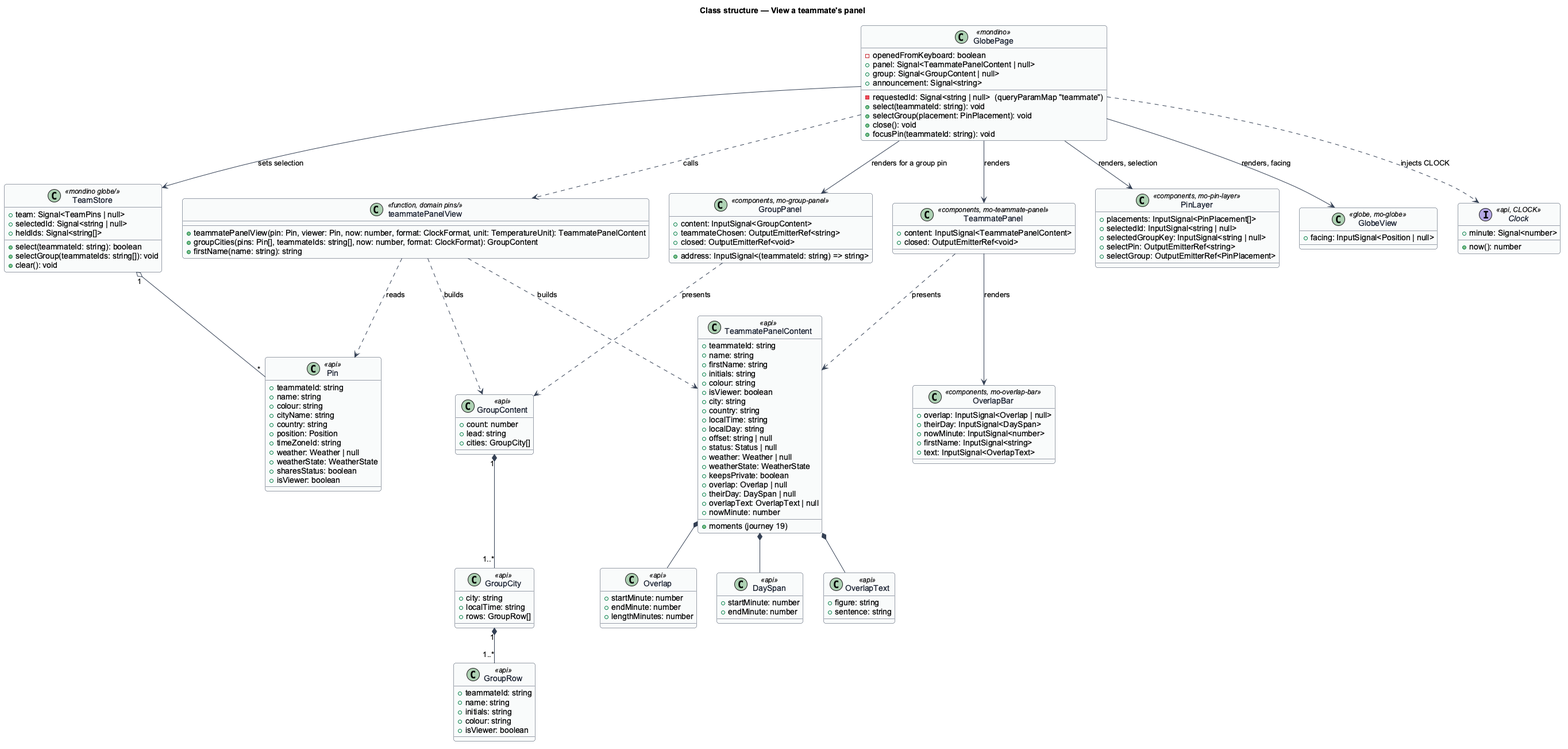
This is docs/detailed-designs/team/view-teammate-panel/diagrams/class-structure.png from QuinntyneBrown/Mondino, a PlantUML export, as it was before one commit.
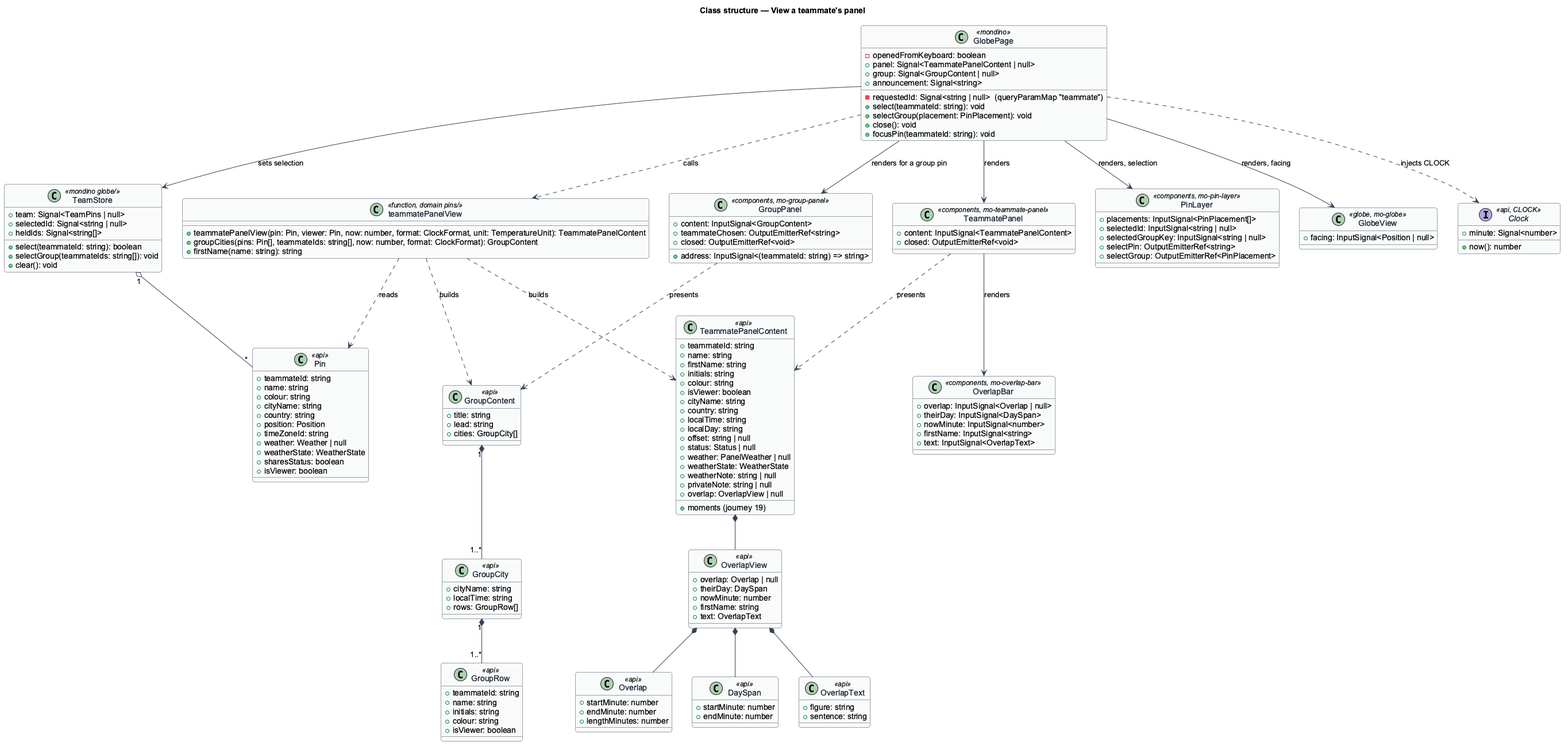
After the commit.

Commit message:
Prove the 3D selection, and count journey 14 and the criteria it proves

Change to the diagram source:
```diff
@@ -45,20 +45,26 @@
   +initials: string
   +colour: string
   +isViewer: boolean
-  +city: string
+  +cityName: string
   +country: string
   +localTime: string
   +localDay: string
   +offset: string | null
   +status: Status | null
-  +weather: Weather | null
+  +weather: PanelWeather | null
   +weatherState: WeatherState
-  +keepsPrivate: boolean
+  +weatherNote: string | null
+  +privateNote: string | null
+  +overlap: OverlapView | null
   +moments (journey 19)
+}
+
+class OverlapView <<api>> {
   +overlap: Overlap | null
-  +theirDay: DaySpan | null
-  +overlapText: OverlapText | null
+  +theirDay: DaySpan
   +nowMinute: number
+  +firstName: string
+  +text: OverlapText
 }
 
 class Overlap <<api>> {
@@ -78,13 +84,13 @@
 }
 
 class GroupContent <<api>> {
-  +count: number
+  +title: string
   +lead: string
   +cities: GroupCity[]
 }
 
 class GroupCity <<api>> {
-  +city: string
+  +cityName: string
   +localTime: string
   +rows: GroupRow[]
 }
@@ -156,9 +162,10 @@
 GlobePage ..> Clock : injects CLOCK
 view ..> TeammatePanelContent : builds
 view ..> Pin : reads
-TeammatePanelContent *-- Overlap
-TeammatePanelContent *-- DaySpan
-TeammatePanelContent *-- OverlapText
+TeammatePanelContent *-- OverlapView
+OverlapView *-- Overlap
+OverlapView *-- DaySpan
+OverlapView *-- OverlapText
 GlobePage --> GroupPanel : renders for a group pin
 view ..> GroupContent : builds
 GroupContent "1" *-- "1..*" GroupCity
```
